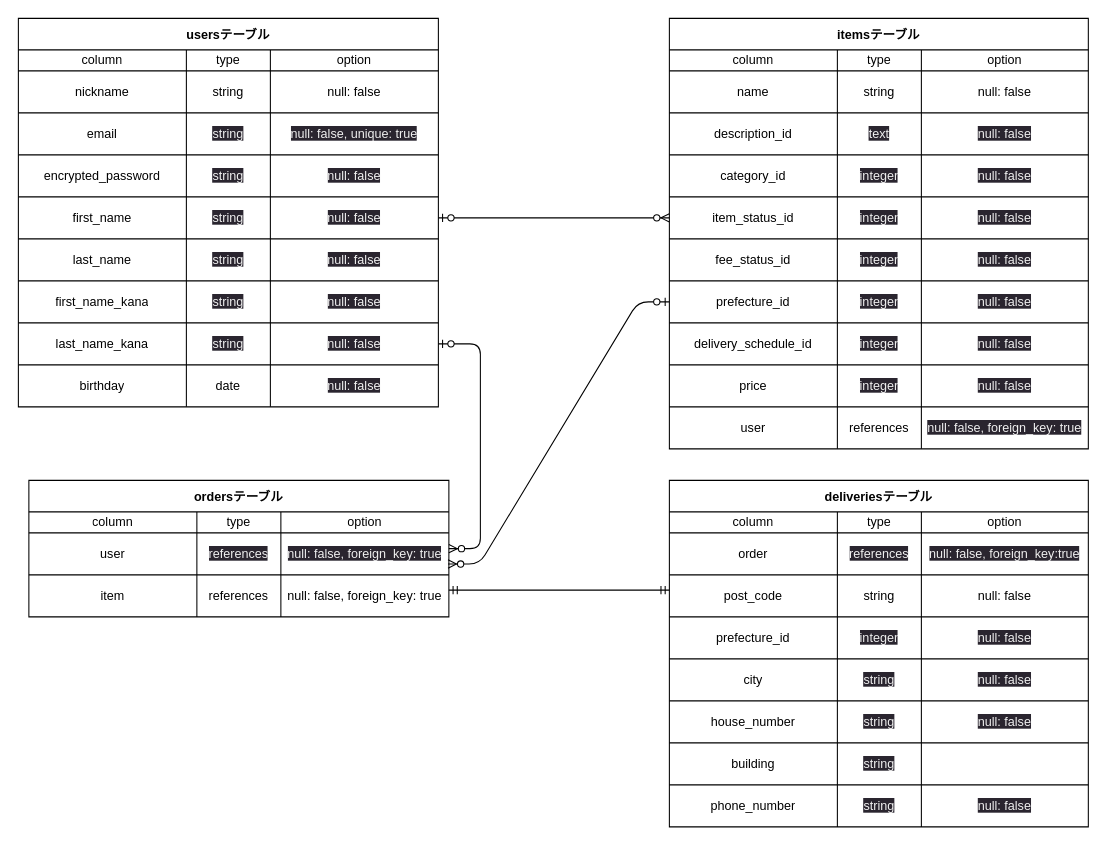
The draw.io diagram furima.dio in en-yoshi/furima-39251, before the edit. Source tidied: cells renumbered, new cells numbered last; positions are measured from the earlier drawing's top-left corner, leaving out a move shared by most shapes. Both pictures are drawn from the tidied source at 105%, with x=0, y=0 at pixel (18, 18).
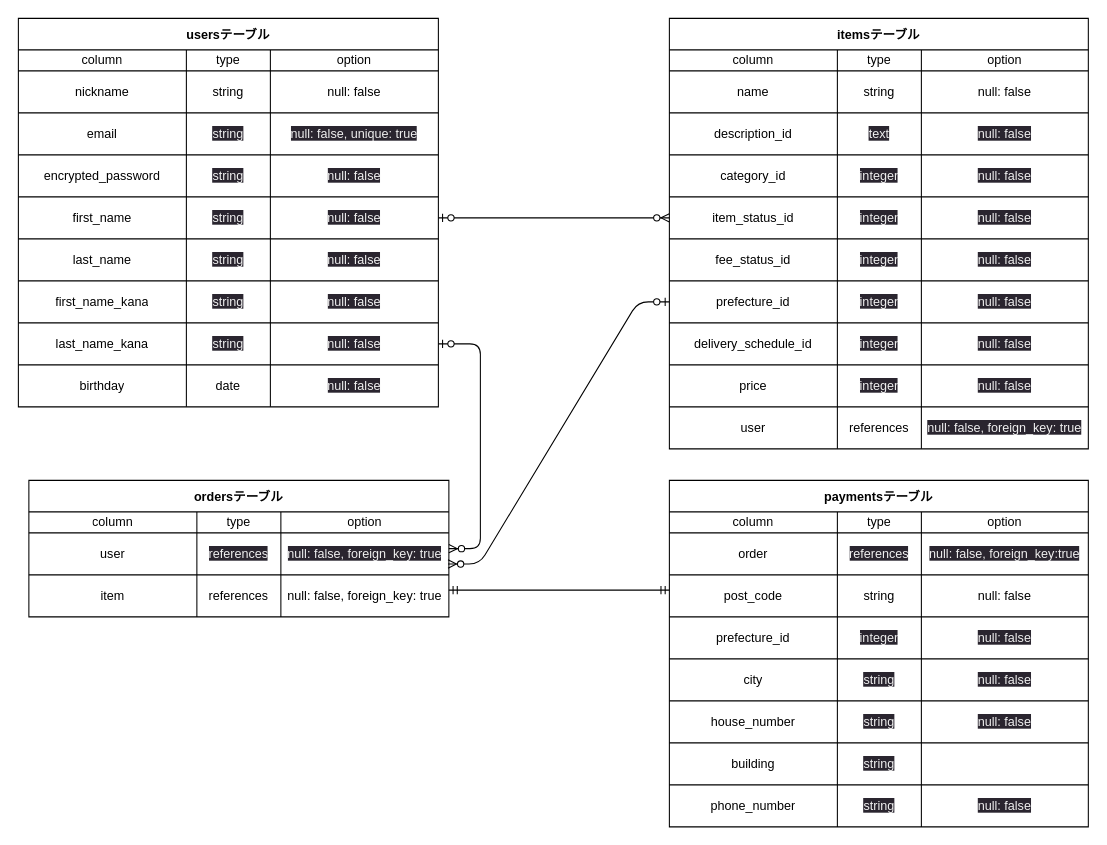
The same page after the edit.

Commit message:
テーブル名 修正漏れ

Change to the diagram source:
```diff
@@
-    <mxCell id="96" value="deliveriesテーブル" style="shape=table;startSize=30;childLayout=tableLayout;fontStyle=1;align=center;shadow=0;" parent="1" vertex="1">
+    <mxCell id="96" value="paymentsテーブル" style="shape=table;startSize=30;childLayout=tableLayout;fontStyle=1;align=center;shadow=0;" parent="1" vertex="1">
       <mxGeometry x="620" y="440" width="399" height="330" as="geometry" />
     </mxCell>
```
